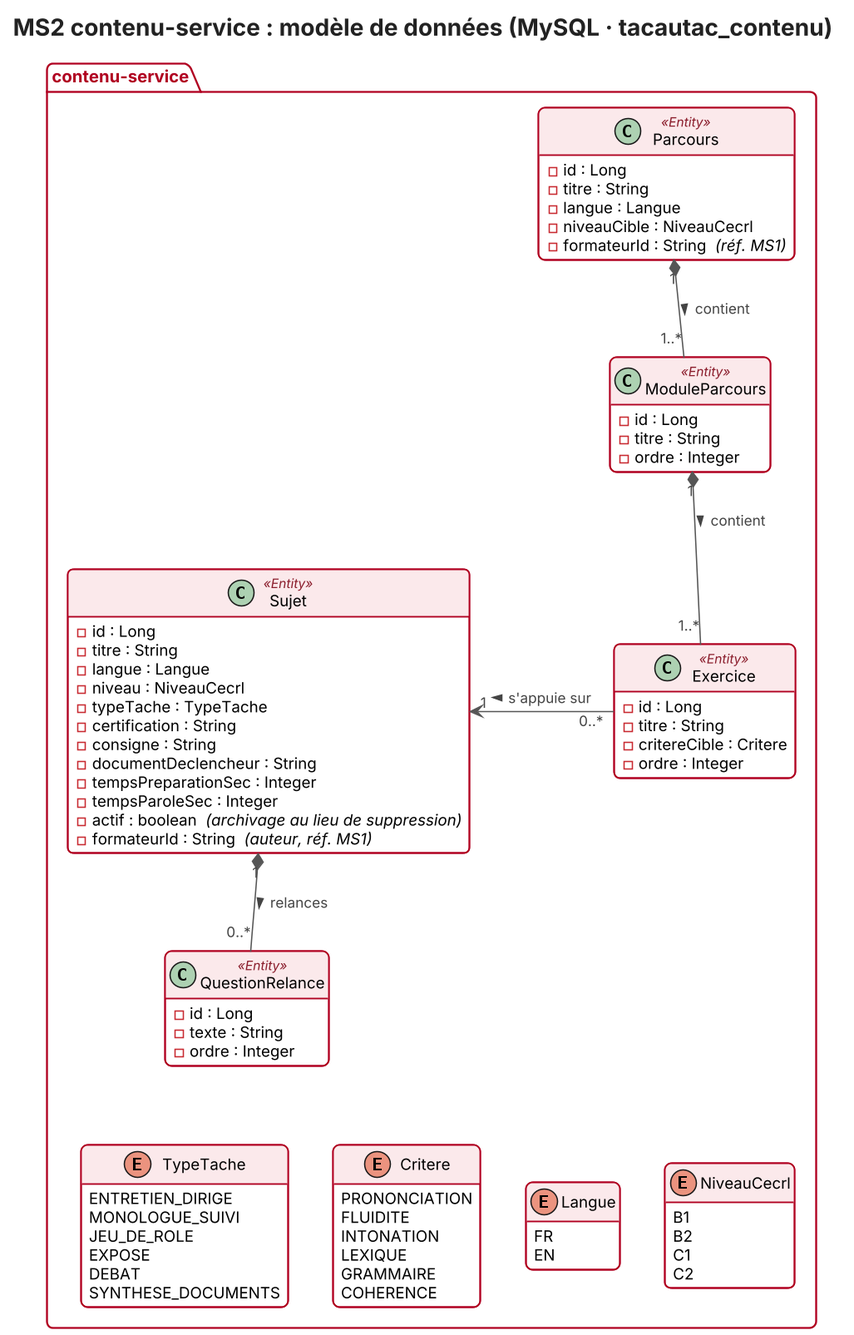
The PlantUML diagram Documentation/Diagrams/classes-contenu-service.png in ixlemdev/TacAuTac-4SSA6, before a commit.
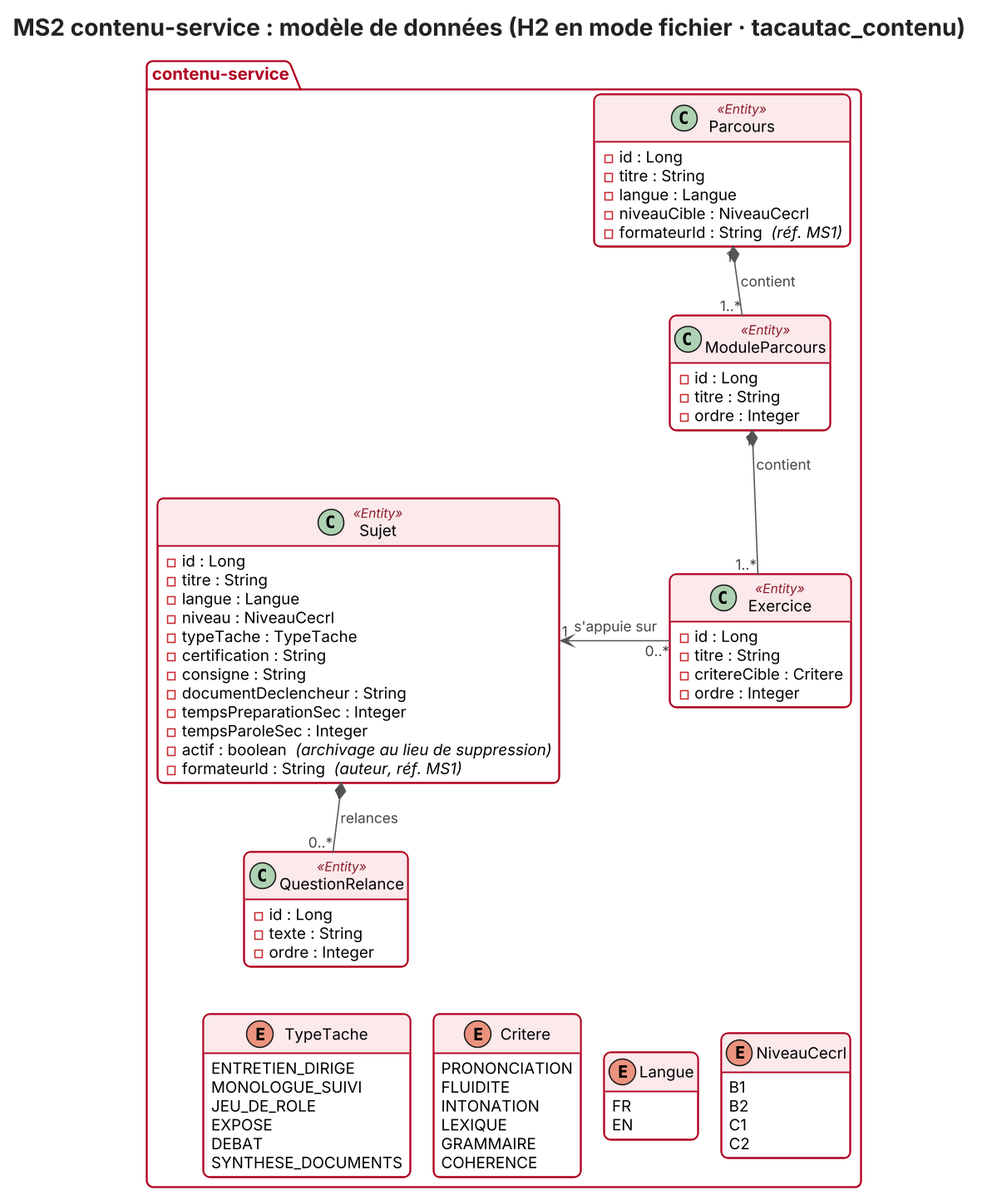
Above is the later version.

The edit, as a diff of the source:
```diff
@@ -1,6 +1,7 @@
 @startuml classes-contenu-service
+!pragma layout smetana
 !include style.iuml
-title MS2 contenu-service : modèle de données (MySQL · tacautac_contenu)
+title MS2 contenu-service : modèle de données (H2 en mode fichier · tacautac_contenu)
 
 package "contenu-service" {
   class Sujet <<Entity>> {
```
